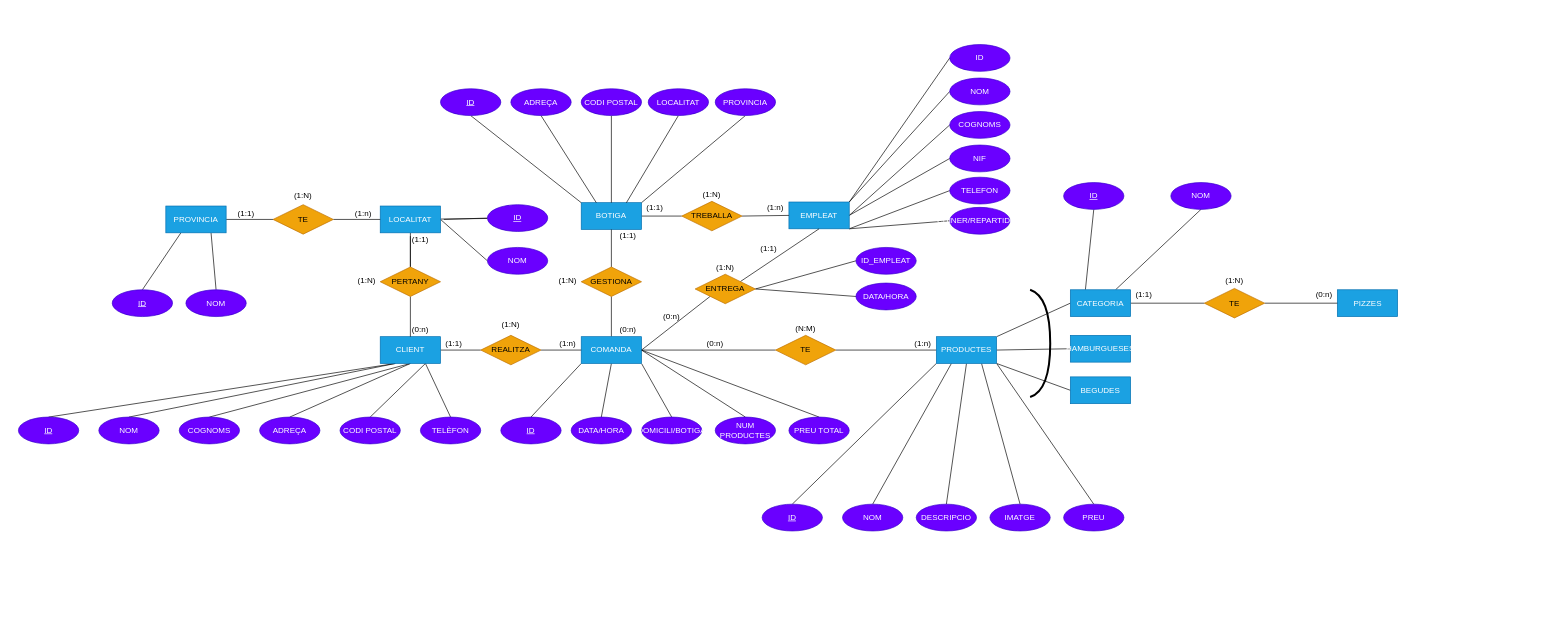
Before: pizzeria/pizzeria.drawio in miqueldevweb/mysql-estructura, a draw.io diagram. Source tidied: cells renumbered, new cells numbered last; positions are measured from the earlier drawing's top-left corner, leaving out a move shared by most shapes. Both pictures are drawn from the tidied source at 67%, with x=0, y=0 at pixel (18, 44).
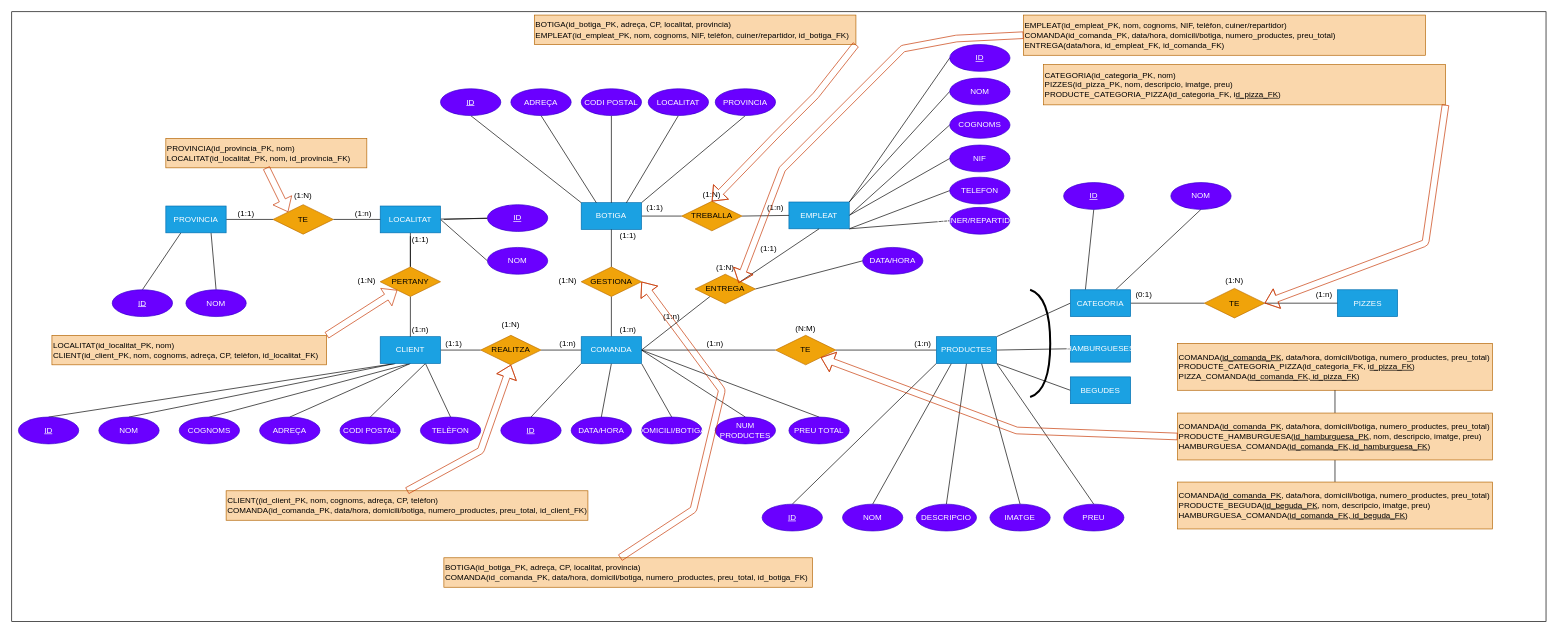
Above is the later version.

Commit message (it also covers changes not shown here):
Actualització diagrama pizzeria

The change refers to these unchanged cells:
```xml
<mxCell id="24" value="REALITZA" style="rhombus;whiteSpace=wrap;html=1;fillColor=#f0a30a;strokeColor=#BD7000;fontColor=#000000;" parent="1" vertex="1">
  <mxGeometry x="690" y="434" width="90" height="44" as="geometry" />
</mxCell>
<mxCell id="28" value="GESTIONA" style="rhombus;whiteSpace=wrap;html=1;fillColor=#f0a30a;strokeColor=#BD7000;fontColor=#000000;" parent="1" vertex="1">
  <mxGeometry x="840" y="332" width="90" height="44" as="geometry" />
</mxCell>
<mxCell id="37" value="TREBALLA" style="rhombus;whiteSpace=wrap;html=1;fillColor=#f0a30a;strokeColor=#BD7000;fontColor=#000000;" parent="1" vertex="1">
  <mxGeometry x="990" y="234" width="90" height="44" as="geometry" />
</mxCell>
<mxCell id="42" value="ENTREGA" style="rhombus;whiteSpace=wrap;html=1;fillColor=#f0a30a;strokeColor=#BD7000;fontColor=#000000;" parent="1" vertex="1">
  <mxGeometry x="1010" y="342.8" width="90" height="44" as="geometry" />
</mxCell>
<mxCell id="58" value="TE" style="rhombus;whiteSpace=wrap;html=1;fillColor=#f0a30a;strokeColor=#BD7000;fontColor=#000000;" parent="1" vertex="1">
  <mxGeometry x="380" y="239" width="90" height="44" as="geometry" />
</mxCell>
<mxCell id="61" value="PERTANY" style="rhombus;whiteSpace=wrap;html=1;fillColor=#f0a30a;strokeColor=#BD7000;fontColor=#000000;" parent="1" vertex="1">
  <mxGeometry x="540" y="332" width="90" height="44" as="geometry" />
</mxCell>
<mxCell id="66" value="TE" style="rhombus;whiteSpace=wrap;html=1;fillColor=#f0a30a;strokeColor=#BD7000;fontColor=#000000;" parent="1" vertex="1">
  <mxGeometry x="1130" y="434" width="90" height="44" as="geometry" />
</mxCell>
<mxCell id="94" value="TE" style="rhombus;whiteSpace=wrap;html=1;fillColor=#f0a30a;strokeColor=#BD7000;fontColor=#000000;" parent="1" vertex="1">
  <mxGeometry x="1770" y="364" width="90" height="44" as="geometry" />
</mxCell>
```

What changed in the source:
```diff
@@
+    <mxCell id="137" style="rounded=0;whiteSpace=wrap;html=1;" parent="1" vertex="1">
+      <mxGeometry x="-10" y="-49" width="2290" height="910" as="geometry" />
+    </mxCell>
@@
-    <mxCell id="40" style="edgeStyle=none;html=1;exitX=1;exitY=0.5;exitDx=0;exitDy=0;entryX=0;entryY=0.5;entryDx=0;entryDy=0;endArrow=none;endFill=0;" parent="1" edge="1" source="42" target="84">
-      <mxGeometry relative="1" as="geometry" />
-    </mxCell>
@@
-    <mxCell id="78" value="ID" style="ellipse;whiteSpace=wrap;html=1;fillColor=#6a00ff;strokeColor=#3700CC;fontColor=#ffffff;" parent="1" vertex="1">
+    <mxCell id="78" value="&lt;u&gt;ID&lt;/u&gt;" style="ellipse;whiteSpace=wrap;html=1;fillColor=#6a00ff;strokeColor=#3700CC;fontColor=#ffffff;" parent="1" vertex="1">
       <mxGeometry x="1390" width="90" height="40" as="geometry" />
     </mxCell>
@@
-    <mxCell id="84" value="ID_EMPLEAT" style="ellipse;whiteSpace=wrap;html=1;fillColor=#6a00ff;strokeColor=#3700CC;fontColor=#ffffff;" parent="1" vertex="1">
-      <mxGeometry x="1250" y="302.8" width="90" height="40" as="geometry" />
-    </mxCell>
     <mxCell id="85" value="DATA/HORA" style="ellipse;whiteSpace=wrap;html=1;fillColor=#6a00ff;strokeColor=#3700CC;fontColor=#ffffff;" parent="1" vertex="1">
-      <mxGeometry x="1250" y="356" width="90" height="40" as="geometry" />
+      <mxGeometry x="1260" y="302.8" width="90" height="40" as="geometry" />
     </mxCell>
@@
-    <mxCell id="113" value="(0:n)" style="text;html=1;strokeColor=none;fillColor=none;align=center;verticalAlign=middle;whiteSpace=wrap;rounded=0;" parent="1" vertex="1">
+    <mxCell id="113" value="(1:n)" style="text;html=1;strokeColor=none;fillColor=none;align=center;verticalAlign=middle;whiteSpace=wrap;rounded=0;" parent="1" vertex="1">
       <mxGeometry x="580" y="416" width="40" height="20" as="geometry" />
     </mxCell>
@@
-    <mxCell id="117" value="(0:n)" style="text;html=1;strokeColor=none;fillColor=none;align=center;verticalAlign=middle;whiteSpace=wrap;rounded=0;" parent="1" vertex="1">
+    <mxCell id="117" value="(1:n)" style="text;html=1;strokeColor=none;fillColor=none;align=center;verticalAlign=middle;whiteSpace=wrap;rounded=0;" parent="1" vertex="1">
       <mxGeometry x="1020" y="436" width="40" height="20" as="geometry" />
     </mxCell>
@@
-    <mxCell id="119" value="(0:n)" style="text;html=1;strokeColor=none;fillColor=none;align=center;verticalAlign=middle;whiteSpace=wrap;rounded=0;" parent="1" vertex="1">
+    <mxCell id="119" value="(1:n)" style="text;html=1;strokeColor=none;fillColor=none;align=center;verticalAlign=middle;whiteSpace=wrap;rounded=0;" parent="1" vertex="1">
       <mxGeometry x="1928.5" y="364" width="40" height="20" as="geometry" />
     </mxCell>
-    <mxCell id="120" value="(1:1)" style="text;html=1;strokeColor=none;fillColor=none;align=center;verticalAlign=middle;whiteSpace=wrap;rounded=0;" parent="1" vertex="1">
+    <mxCell id="120" value="(0:1)" style="text;html=1;strokeColor=none;fillColor=none;align=center;verticalAlign=middle;whiteSpace=wrap;rounded=0;" parent="1" vertex="1">
       <mxGeometry x="1660" y="364" width="40" height="20" as="geometry" />
     </mxCell>
-    <mxCell id="121" value="(0:n)" style="text;html=1;strokeColor=none;fillColor=none;align=center;verticalAlign=middle;whiteSpace=wrap;rounded=0;" parent="1" vertex="1">
+    <mxCell id="121" value="(1:n)" style="text;html=1;strokeColor=none;fillColor=none;align=center;verticalAlign=middle;whiteSpace=wrap;rounded=0;" parent="1" vertex="1">
       <mxGeometry x="890" y="416" width="40" height="20" as="geometry" />
     </mxCell>
@@
-    <mxCell id="127" value="(0:n)" style="text;html=1;strokeColor=none;fillColor=none;align=center;verticalAlign=middle;whiteSpace=wrap;rounded=0;" parent="1" vertex="1">
+    <mxCell id="127" value="(1:n)" style="text;html=1;strokeColor=none;fillColor=none;align=center;verticalAlign=middle;whiteSpace=wrap;rounded=0;" parent="1" vertex="1">
       <mxGeometry x="955" y="396" width="40" height="20" as="geometry" />
     </mxCell>
@@
+    <mxCell id="138" value="&lt;font color=&quot;#000000&quot;&gt;PROVINCIA(id_provincia_PK, nom)&lt;br&gt;LOCALITAT(id_localitat_PK, nom, id_provincia_FK)&lt;br&gt;&lt;/font&gt;" style="rounded=0;whiteSpace=wrap;html=1;fillColor=#fad7ac;strokeColor=#b46504;align=left;" parent="1" vertex="1">
+      <mxGeometry x="220" y="140" width="300" height="44" as="geometry" />
+    </mxCell>
+    <mxCell id="139" value="&lt;font color=&quot;#000000&quot;&gt;LOCALITAT(id_localitat_PK, nom)&lt;br&gt;CLIENT(id_client_PK, nom, cognoms, adreça, CP, telèfon, id_localitat_FK)&lt;br&gt;&lt;/font&gt;" style="rounded=0;whiteSpace=wrap;html=1;fillColor=#fad7ac;strokeColor=#b46504;align=left;" parent="1" vertex="1">
+      <mxGeometry x="50" y="434" width="410" height="44" as="geometry" />
+    </mxCell>
+    <mxCell id="140" value="&lt;font color=&quot;#000000&quot;&gt;CLIENT(&lt;/font&gt;&lt;span style=&quot;color: rgb(0 , 0 , 0)&quot;&gt;(id_client_PK, nom, cognoms, adreça, CP, telèfon)&lt;/span&gt;&lt;font color=&quot;#000000&quot;&gt;&lt;br&gt;COMANDA(id_comanda_PK, data/hora, domicili/botiga, numero_productes, preu_total, id_client_FK)&lt;br&gt;&lt;/font&gt;" style="rounded=0;whiteSpace=wrap;html=1;fillColor=#fad7ac;strokeColor=#b46504;align=left;" parent="1" vertex="1">
+      <mxGeometry x="310" y="666" width="540" height="44" as="geometry" />
+    </mxCell>
+    <mxCell id="141" value="&lt;font color=&quot;#000000&quot;&gt;BOTIGA(id_botiga_PK, adreça, CP, localitat, provincia)&lt;br&gt;COMANDA(id_comanda_PK, data/hora, domicili/botiga, numero_productes, preu_total, id_botiga_FK)&lt;br&gt;&lt;/font&gt;" style="rounded=0;whiteSpace=wrap;html=1;fillColor=#fad7ac;strokeColor=#b46504;align=left;" parent="1" vertex="1">
+      <mxGeometry x="635" y="766" width="550" height="44" as="geometry" />
+    </mxCell>
+    <mxCell id="142" value="&lt;font color=&quot;#000000&quot;&gt;BOTIGA(id_botiga_PK, adreça, CP, localitat, provincia)&lt;br&gt;EMPLEAT(id_empleat_PK, nom, cognoms, NIF, telèfon, cuiner/repartidor, id_botiga_FK)&lt;br&gt;&lt;/font&gt;" style="rounded=0;whiteSpace=wrap;html=1;fillColor=#fad7ac;strokeColor=#b46504;align=left;" parent="1" vertex="1">
+      <mxGeometry x="770" y="-44" width="480" height="44" as="geometry" />
+    </mxCell>
+    <mxCell id="143" style="shape=flexArrow;endArrow=classic;html=1;strokeColor=#C73500;exitX=0.5;exitY=1;exitDx=0;exitDy=0;entryX=0;entryY=0;entryDx=0;entryDy=0;" parent="1" edge="1" source="138" target="58">
+      <mxGeometry relative="1" as="geometry" />
+    </mxCell>
+    <mxCell id="144" style="shape=flexArrow;endArrow=classic;html=1;strokeColor=#C73500;exitX=1;exitY=0;exitDx=0;exitDy=0;" parent="1" edge="1" source="139" target="61">
+      <mxGeometry relative="1" as="geometry" />
+    </mxCell>
+    <mxCell id="145" style="shape=flexArrow;endArrow=classic;html=1;strokeColor=#C73500;exitX=0.5;exitY=0;exitDx=0;exitDy=0;entryX=0.5;entryY=1;entryDx=0;entryDy=0;" parent="1" edge="1" source="140" target="24">
+      <mxGeometry relative="1" as="geometry">
+        <Array as="points">
+          <mxPoint x="690" y="606" />
+        </Array>
+      </mxGeometry>
+    </mxCell>
+    <mxCell id="146" style="shape=flexArrow;endArrow=classic;html=1;strokeColor=#C73500;entryX=1;entryY=0.5;entryDx=0;entryDy=0;" parent="1" edge="1" target="28">
+      <mxGeometry relative="1" as="geometry">
+        <mxPoint x="898" y="766" as="sourcePoint" />
+        <Array as="points">
+          <mxPoint x="1007.5" y="694" />
+          <mxPoint x="1050" y="516" />
+        </Array>
+      </mxGeometry>
+    </mxCell>
+    <mxCell id="147" style="shape=flexArrow;endArrow=classic;html=1;strokeColor=#C73500;exitX=1;exitY=1;exitDx=0;exitDy=0;entryX=0.5;entryY=0;entryDx=0;entryDy=0;" parent="1" edge="1" source="142" target="37">
+      <mxGeometry relative="1" as="geometry">
+        <Array as="points">
+          <mxPoint x="1190" y="76" />
+          <mxPoint x="1130" y="136" />
+        </Array>
+      </mxGeometry>
+    </mxCell>
+    <mxCell id="148" value="&lt;font color=&quot;#000000&quot;&gt;EMPLEAT(id_empleat_PK, nom, cognoms, NIF, telèfon, cuiner/repartidor)&lt;br&gt;&lt;/font&gt;&lt;span style=&quot;color: rgb(0 , 0 , 0)&quot;&gt;COMANDA(id_comanda_PK, data/hora, domicili/botiga, numero_productes, preu_total)&lt;br&gt;&lt;/span&gt;&lt;font color=&quot;#000000&quot;&gt;ENTREGA(data/hora, id_empleat_FK, id_comanda_FK)&lt;br&gt;&lt;/font&gt;" style="rounded=0;whiteSpace=wrap;html=1;fillColor=#fad7ac;strokeColor=#b46504;align=left;" parent="1" vertex="1">
+      <mxGeometry x="1500" y="-44" width="600" height="60" as="geometry" />
+    </mxCell>
+    <mxCell id="149" style="shape=flexArrow;endArrow=classic;html=1;strokeColor=#C73500;exitX=0;exitY=0.5;exitDx=0;exitDy=0;" parent="1" edge="1" source="148">
+      <mxGeometry relative="1" as="geometry">
+        <mxPoint x="1075" y="356" as="targetPoint" />
+        <Array as="points">
+          <mxPoint x="1400" y="-9" />
+          <mxPoint x="1320" y="6" />
+          <mxPoint x="1140" y="186" />
+        </Array>
+      </mxGeometry>
+    </mxCell>
+    <mxCell id="150" value="&lt;font color=&quot;#000000&quot;&gt;CATEGORIA(id_categoria_PK, nom)&lt;br&gt;PIZZES(id_pizza_PK, nom, descripcio, imatge, preu)&lt;br&gt;PRODUCTE_CATEGORIA_PIZZA(id_categoria_FK, i&lt;u&gt;d_pizza_FK&lt;/u&gt;)&lt;br&gt;&lt;/font&gt;" style="rounded=0;whiteSpace=wrap;html=1;fillColor=#fad7ac;strokeColor=#b46504;align=left;" parent="1" vertex="1">
+      <mxGeometry x="1530" y="30" width="600" height="60" as="geometry" />
+    </mxCell>
+    <mxCell id="151" style="shape=flexArrow;endArrow=classic;html=1;strokeColor=#C73500;exitX=1;exitY=1;exitDx=0;exitDy=0;entryX=1;entryY=0.5;entryDx=0;entryDy=0;" parent="1" edge="1" source="150" target="94">
+      <mxGeometry relative="1" as="geometry">
+        <Array as="points">
+          <mxPoint x="2100" y="296" />
+        </Array>
+      </mxGeometry>
+    </mxCell>
+    <mxCell id="152" value="&lt;span style=&quot;color: rgb(0 , 0 , 0)&quot;&gt;COMANDA(&lt;u&gt;id_comanda_PK&lt;/u&gt;, data/hora, domicili/botiga, numero_productes, preu_total)&lt;/span&gt;&lt;font color=&quot;#000000&quot;&gt;&lt;br&gt;PRODUCTE_CATEGORIA_PIZZA(id_categoria_FK, i&lt;u&gt;d_pizza_FK&lt;/u&gt;)&lt;br&gt;PIZZA_COMANDA(&lt;u&gt;id_comanda_FK, id_pizza_FK&lt;/u&gt;)&lt;br&gt;&lt;/font&gt;" style="rounded=0;whiteSpace=wrap;html=1;fillColor=#fad7ac;strokeColor=#b46504;align=left;" parent="1" vertex="1">
+      <mxGeometry x="1730" y="446" width="470" height="70" as="geometry" />
+    </mxCell>
+    <mxCell id="153" style="edgeStyle=none;html=1;fillColor=none;endArrow=none;endFill=0;" parent="1" edge="1" source="155" target="152">
+      <mxGeometry relative="1" as="geometry" />
+    </mxCell>
+    <mxCell id="154" style="edgeStyle=none;html=1;fillColor=none;endArrow=none;endFill=0;" parent="1" edge="1" source="155" target="156">
+      <mxGeometry relative="1" as="geometry" />
+    </mxCell>
+    <mxCell id="155" value="&lt;span style=&quot;color: rgb(0 , 0 , 0)&quot;&gt;COMANDA(&lt;u&gt;id_comanda_PK&lt;/u&gt;, data/hora, domicili/botiga, numero_productes, preu_total)&lt;/span&gt;&lt;font color=&quot;#000000&quot;&gt;&lt;br&gt;PRODUCTE_HAMBURGUESA(&lt;/font&gt;&lt;span style=&quot;color: rgb(0 , 0 , 0)&quot;&gt;&lt;u&gt;id_hamburguesa_PK&lt;/u&gt;, nom, descripcio, imatge, preu&lt;/span&gt;&lt;font color=&quot;#000000&quot;&gt;)&lt;br&gt;HAMBURGUESA_COMANDA(&lt;u&gt;id_comanda_FK, id_hamburguesa_FK&lt;/u&gt;)&lt;br&gt;&lt;/font&gt;" style="rounded=0;whiteSpace=wrap;html=1;fillColor=#fad7ac;strokeColor=#b46504;align=left;" parent="1" vertex="1">
+      <mxGeometry x="1730" y="550" width="470" height="70" as="geometry" />
+    </mxCell>
+    <mxCell id="156" value="&lt;span style=&quot;color: rgb(0 , 0 , 0)&quot;&gt;COMANDA(&lt;u&gt;id_comanda_PK&lt;/u&gt;, data/hora, domicili/botiga, numero_productes, preu_total)&lt;/span&gt;&lt;font color=&quot;#000000&quot;&gt;&lt;br&gt;PRODUCTE_BEGUDA(&lt;/font&gt;&lt;span style=&quot;color: rgb(0 , 0 , 0)&quot;&gt;&lt;u&gt;id_beguda_PK&lt;/u&gt;, nom, descripcio, imatge, preu&lt;/span&gt;&lt;font color=&quot;#000000&quot;&gt;)&lt;br&gt;HAMBURGUESA_COMANDA(&lt;u&gt;id_comanda_FK, id_beguda_FK&lt;/u&gt;)&lt;br&gt;&lt;/font&gt;" style="rounded=0;whiteSpace=wrap;html=1;fillColor=#fad7ac;strokeColor=#b46504;align=left;" parent="1" vertex="1">
+      <mxGeometry x="1730" y="653" width="470" height="70" as="geometry" />
+    </mxCell>
+    <mxCell id="157" style="shape=flexArrow;endArrow=classic;html=1;strokeColor=#C73500;exitX=0;exitY=0.5;exitDx=0;exitDy=0;entryX=1;entryY=1;entryDx=0;entryDy=0;" parent="1" edge="1" source="155" target="66">
+      <mxGeometry relative="1" as="geometry">
+        <Array as="points">
+          <mxPoint x="1490" y="576" />
+        </Array>
+      </mxGeometry>
+    </mxCell>
```
